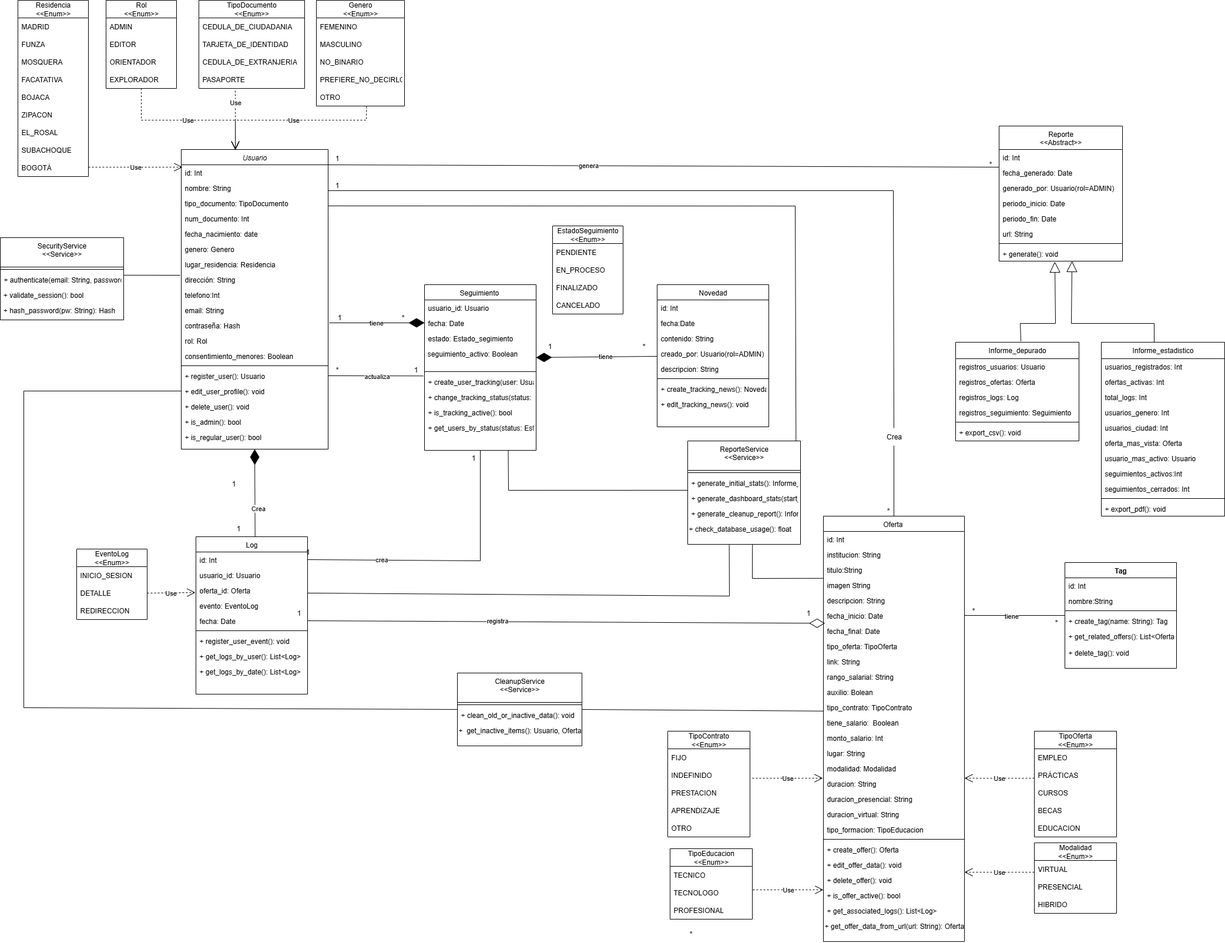
This is docs/Anexos/UML_de_Clases.png from SofiAVBM/portal-oportunidades-zoraida, a draw.io export, as it was before one commit. Source tidied: cells renumbered, new cells last; positions are measured from the earlier drawing's top-left corner, leaving out a move shared by most shapes.
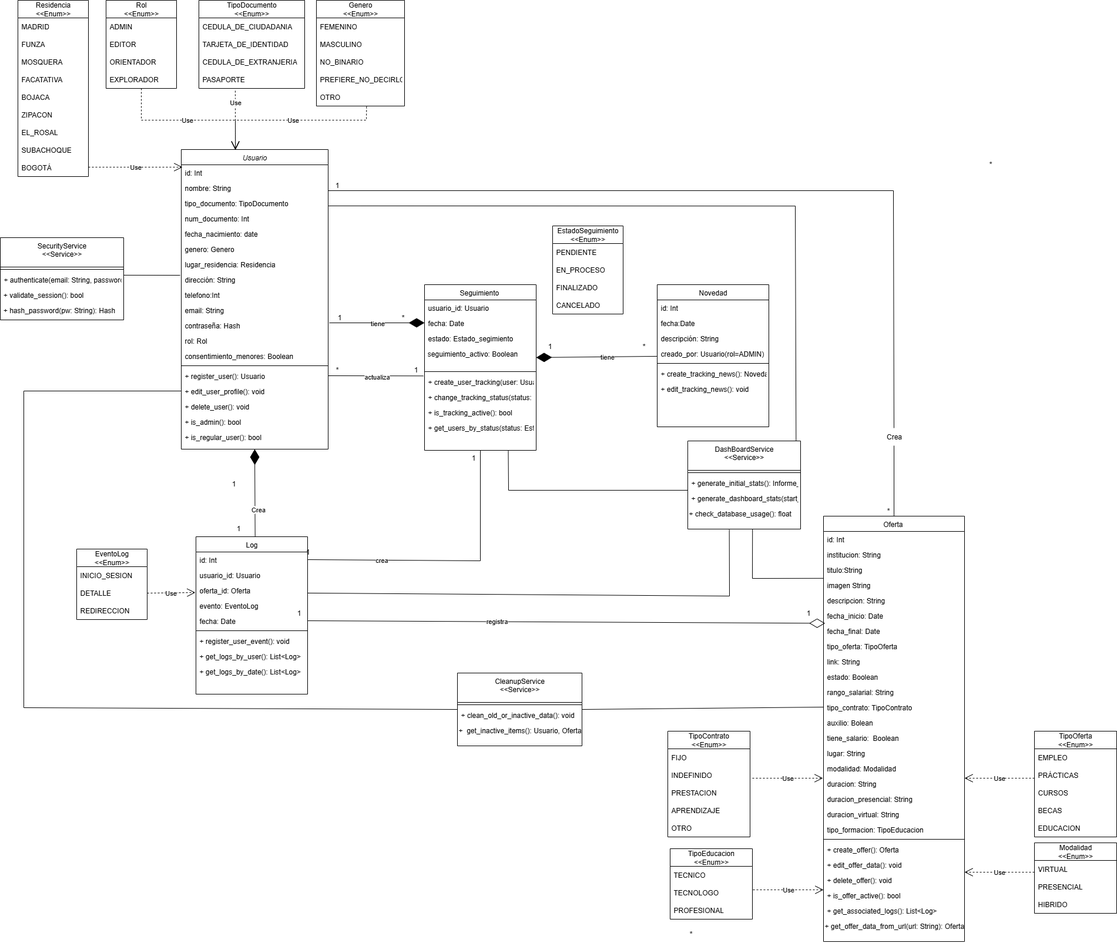
Above is the later version.

The edit, as a diff of the source:
```diff
@@ -124,17 +124,17 @@
     </mxCell>
+    <mxCell id="240" value="estado: Boolean" style="text;align=left;verticalAlign=top;spacingLeft=4;spacingRight=4;overflow=hidden;rounded=0;shadow=0;html=0;" parent="32" vertex="1">
+      <mxGeometry y="260" width="240" height="26" as="geometry" />
+    </mxCell>
     <mxCell id="42" value="rango_salarial: String" style="text;align=left;verticalAlign=top;spacingLeft=4;spacingRight=4;overflow=hidden;rounded=0;shadow=0;html=0;" parent="32" vertex="1">
-      <mxGeometry y="260" width="240" height="26" as="geometry" />
+      <mxGeometry y="286" width="240" height="26" as="geometry" />
     </mxCell>
+    <mxCell id="44" value="tipo_contrato: TipoContrato" style="text;align=left;verticalAlign=top;spacingLeft=4;spacingRight=4;overflow=hidden;points=[[0,0.5],[1,0.5]];portConstraint=eastwest;rounded=0;shadow=0;html=0;" parent="32" vertex="1">
+      <mxGeometry y="312" width="240" height="26" as="geometry" />
+    </mxCell>
     <mxCell id="43" value="auxilio: Bolean" style="text;align=left;verticalAlign=top;spacingLeft=4;spacingRight=4;overflow=hidden;rounded=0;shadow=0;html=0;" parent="32" vertex="1">
-      <mxGeometry y="286" width="240" height="26" as="geometry" />
+      <mxGeometry y="338" width="240" height="26" as="geometry" />
     </mxCell>
-    <mxCell id="44" value="tipo_contrato: TipoContrato" style="text;align=left;verticalAlign=top;spacingLeft=4;spacingRight=4;overflow=hidden;points=[[0,0.5],[1,0.5]];portConstraint=eastwest;rounded=0;shadow=0;html=0;" parent="32" vertex="1">
-      <mxGeometry y="312" width="240" height="26" as="geometry" />
-    </mxCell>
     <mxCell id="45" value="tiene_salario:  Boolean" style="text;align=left;verticalAlign=top;spacingLeft=4;spacingRight=4;overflow=hidden;rounded=0;shadow=0;html=0;" parent="32" vertex="1">
-      <mxGeometry y="338" width="240" height="26" as="geometry" />
+      <mxGeometry y="364" width="240" height="26" as="geometry" />
     </mxCell>
-    <mxCell id="46" value="monto_salario: Int" style="text;align=left;verticalAlign=top;spacingLeft=4;spacingRight=4;overflow=hidden;rounded=0;shadow=0;html=0;" parent="32" vertex="1">
-      <mxGeometry y="364" width="240" height="26" as="geometry" />
-    </mxCell>
     <mxCell id="47" value="lugar: String" style="text;align=left;verticalAlign=top;spacingLeft=4;spacingRight=4;overflow=hidden;rounded=0;shadow=0;html=0;" parent="32" vertex="1">
@@ -319,31 +319,2 @@
     </mxCell>
-    <mxCell id="107" value="Tag" style="swimlane;fontStyle=1;align=center;verticalAlign=top;horizontal=1;startSize=26;rounded=0;shadow=0;strokeWidth=1;" parent="1" vertex="1">
-      <mxGeometry x="1812" y="957" width="190" height="180" as="geometry" />
-    </mxCell>
-    <mxCell id="108" value="id: Int" style="text;align=left;verticalAlign=top;spacingLeft=4;spacingRight=4;overflow=hidden;" parent="107" vertex="1">
-      <mxGeometry y="26" width="190" height="26" as="geometry" />
-    </mxCell>
-    <mxCell id="109" value="nombre:String" style="text;align=left;verticalAlign=top;spacingLeft=4;spacingRight=4;overflow=hidden;rounded=0;shadow=0;html=0;" parent="107" vertex="1">
-      <mxGeometry y="52" width="190" height="26" as="geometry" />
-    </mxCell>
-    <mxCell id="110" style="line;html=1;strokeWidth=1;align=left;verticalAlign=middle;spacingTop=-1;spacingLeft=3;spacingRight=3;labelPosition=right;" parent="107" vertex="1">
-      <mxGeometry y="78" width="190" height="8" as="geometry" />
-    </mxCell>
-    <mxCell id="111" value="+ create_tag(name: String): Tag&#10;" style="text;align=left;verticalAlign=top;spacingLeft=4;spacingRight=4;overflow=hidden;" parent="107" vertex="1">
-      <mxGeometry y="86" width="190" height="26" as="geometry" />
-    </mxCell>
-    <mxCell id="112" value="+ get_related_offers(): List&lt;Oferta&gt;&#10;" style="text;align=left;verticalAlign=top;spacingLeft=4;spacingRight=4;overflow=hidden;" parent="107" vertex="1">
-      <mxGeometry y="112" width="190" height="28" as="geometry" />
-    </mxCell>
-    <mxCell id="113" value="+ delete_tag(): void&#10;" style="text;align=left;verticalAlign=top;spacingLeft=4;spacingRight=4;overflow=hidden;" parent="107" vertex="1">
-      <mxGeometry y="140" width="190" height="26" as="geometry" />
-    </mxCell>
-    <mxCell id="114" style="endArrow=none;html=1;rounded=0;exitX=1;exitY=0.5;exitDx=0;exitDy=0;" parent="1" edge="1" source="38" target="107">
-      <mxGeometry relative="1" as="geometry" />
-    </mxCell>
-    <mxCell id="115" value="tiene" style="edgeLabel;html=1;align=center;verticalAlign=middle;" parent="114" vertex="1">
-      <mxGeometry x="0.03" y="-4" relative="1" as="geometry">
-        <mxPoint x="-8" y="-4" as="offset" />
-      </mxGeometry>
-    </mxCell>
     <mxCell id="116" value="Novedad" style="swimlane;fontStyle=0;align=center;verticalAlign=top;horizontal=1;startSize=26;rounded=0;shadow=0;strokeWidth=1;" parent="1" vertex="1">
@@ -357,3 +328,3 @@
     </mxCell>
-    <mxCell id="119" value="contenido: String" style="text;align=left;verticalAlign=top;spacingLeft=4;spacingRight=4;overflow=hidden;rounded=0;shadow=0;html=0;" parent="116" vertex="1">
+    <mxCell id="119" value="descripción: String" style="text;align=left;verticalAlign=top;spacingLeft=4;spacingRight=4;overflow=hidden;rounded=0;shadow=0;html=0;" parent="116" vertex="1">
       <mxGeometry y="78" width="190" height="26" as="geometry" />
@@ -363,13 +334,10 @@
     </mxCell>
-    <mxCell id="121" value="descripcion: String" style="text;align=left;verticalAlign=top;spacingLeft=4;spacingRight=4;overflow=hidden;rounded=0;shadow=0;html=0;" parent="116" vertex="1">
-      <mxGeometry y="130" width="190" height="26" as="geometry" />
-    </mxCell>
     <mxCell id="122" style="line;html=1;strokeWidth=1;align=left;verticalAlign=middle;spacingTop=-1;spacingLeft=3;spacingRight=3;labelPosition=right;" parent="116" vertex="1">
-      <mxGeometry y="156" width="190" height="8" as="geometry" />
+      <mxGeometry y="130" width="190" height="8" as="geometry" />
     </mxCell>
     <mxCell id="123" value="+ create_tracking_news(): Novedad&#10;" style="text;align=left;verticalAlign=top;spacingLeft=4;spacingRight=4;overflow=hidden;" parent="116" vertex="1">
-      <mxGeometry y="164" width="190" height="26" as="geometry" />
+      <mxGeometry y="138" width="190" height="26" as="geometry" />
     </mxCell>
     <mxCell id="124" value="+ edit_tracking_news(): void&#10;" style="text;align=left;verticalAlign=top;spacingLeft=4;spacingRight=4;overflow=hidden;" parent="116" vertex="1">
-      <mxGeometry y="190" width="190" height="26" as="geometry" />
+      <mxGeometry y="164" width="190" height="26" as="geometry" />
     </mxCell>
@@ -442,4 +410,4 @@
     </mxCell>
-    <mxCell id="142" value="ReporteService&#10;&lt;&lt;Service&gt;&gt;" style="swimlane;fontStyle=0;align=center;verticalAlign=top;horizontal=1;startSize=50;rounded=0;shadow=0;strokeWidth=1;" parent="1" vertex="1">
-      <mxGeometry x="1170" y="750" width="192" height="176" as="geometry" />
+    <mxCell id="142" value="DashBoardService&#10;&lt;&lt;Service&gt;&gt;" style="swimlane;fontStyle=0;align=center;verticalAlign=top;horizontal=1;startSize=50;rounded=0;shadow=0;strokeWidth=1;" parent="1" vertex="1">
+      <mxGeometry x="1170" y="750" width="192" height="150" as="geometry" />
     </mxCell>
@@ -454,7 +422,4 @@
     </mxCell>
-    <mxCell id="146" value="+ generate_cleanup_report(): Informe_depurado&#10;" style="text;align=left;verticalAlign=top;spacingLeft=4;spacingRight=4;overflow=hidden;" parent="142" vertex="1">
-      <mxGeometry y="110" width="192" height="26" as="geometry" />
-    </mxCell>
     <mxCell id="147" value="&lt;div&gt;+ check_database_usage(): float&lt;/div&gt;&lt;div&gt;&lt;br&gt;&lt;/div&gt;" style="text;whiteSpace=wrap;html=1;" parent="142" vertex="1">
-      <mxGeometry y="136" width="192" height="40" as="geometry" />
+      <mxGeometry y="110" width="192" height="40" as="geometry" />
     </mxCell>
@@ -497,123 +462,5 @@
     </mxCell>
-    <mxCell id="153" style="endArrow=none;html=1;rounded=0;entryX=0.001;entryY=0.761;entryDx=0;entryDy=0;exitX=1;exitY=0.5;exitDx=0;exitDy=0;entryPerimeter=0;" parent="1" edge="1" source="138" target="44">
+    <mxCell id="153" style="endArrow=none;html=1;rounded=0;entryX=0;entryY=0.5;entryDx=0;entryDy=0;exitX=1;exitY=0.5;exitDx=0;exitDy=0;" parent="1" edge="1" source="138" target="44">
       <mxGeometry relative="1" as="geometry" />
     </mxCell>
-    <mxCell id="154" value="Reporte&#10;&lt;&lt;Abstract&gt;&gt;" style="swimlane;fontStyle=0;align=center;verticalAlign=top;horizontal=1;startSize=40;rounded=0;shadow=0;strokeWidth=1;" parent="1" vertex="1">
-      <mxGeometry x="1700" y="214" width="210" height="230" as="geometry" />
-    </mxCell>
-    <mxCell id="155" value="id: Int" style="text;align=left;verticalAlign=top;spacingLeft=4;spacingRight=4;overflow=hidden;" parent="154" vertex="1">
-      <mxGeometry y="40" width="210" height="26" as="geometry" />
-    </mxCell>
-    <mxCell id="156" value="fecha_generado: Date" style="text;align=left;verticalAlign=top;spacingLeft=4;spacingRight=4;overflow=hidden;rounded=0;shadow=0;html=0;" parent="154" vertex="1">
-      <mxGeometry y="66" width="210" height="26" as="geometry" />
-    </mxCell>
-    <mxCell id="157" value="generado_por: Usuario(rol=ADMIN)" style="text;align=left;verticalAlign=top;spacingLeft=4;spacingRight=4;overflow=hidden;rounded=0;shadow=0;html=0;" parent="154" vertex="1">
-      <mxGeometry y="92" width="210" height="26" as="geometry" />
-    </mxCell>
-    <mxCell id="158" value="periodo_inicio: Date" style="text;align=left;verticalAlign=top;spacingLeft=4;spacingRight=4;overflow=hidden;rounded=0;shadow=0;html=0;" parent="154" vertex="1">
-      <mxGeometry y="118" width="210" height="26" as="geometry" />
-    </mxCell>
-    <mxCell id="159" value="periodo_fin: Date" style="text;align=left;verticalAlign=top;spacingLeft=4;spacingRight=4;overflow=hidden;rounded=0;shadow=0;html=0;" parent="154" vertex="1">
-      <mxGeometry y="144" width="210" height="26" as="geometry" />
-    </mxCell>
-    <mxCell id="160" value="url: String" style="text;align=left;verticalAlign=top;spacingLeft=4;spacingRight=4;overflow=hidden;rounded=0;shadow=0;html=0;" parent="154" vertex="1">
-      <mxGeometry y="170" width="210" height="26" as="geometry" />
-    </mxCell>
-    <mxCell id="161" style="line;html=1;strokeWidth=1;align=left;verticalAlign=middle;spacingTop=-1;spacingLeft=3;spacingRight=3;labelPosition=right;" parent="154" vertex="1">
-      <mxGeometry y="196" width="210" height="8" as="geometry" />
-    </mxCell>
-    <mxCell id="162" value="+ generate(): void&#10;" style="text;align=left;verticalAlign=top;spacingLeft=4;spacingRight=4;overflow=hidden;points=[[0,0.5],[1,0.5]];portConstraint=eastwest;" parent="154" vertex="1">
-      <mxGeometry y="204" width="210" height="26" as="geometry" />
-    </mxCell>
-    <mxCell id="163" value="Informe_depurado" style="swimlane;fontStyle=0;align=center;verticalAlign=top;horizontal=1;startSize=28;rounded=0;shadow=0;strokeWidth=1;" parent="1" vertex="1">
-      <mxGeometry x="1626" y="582" width="210" height="168" as="geometry" />
-    </mxCell>
-    <mxCell id="164" value="registros_usuarios: Usuario" style="text;align=left;verticalAlign=top;spacingLeft=4;spacingRight=4;overflow=hidden;" parent="163" vertex="1">
-      <mxGeometry y="28" width="210" height="26" as="geometry" />
-    </mxCell>
-    <mxCell id="165" value="registros_ofertas: Oferta" style="text;align=left;verticalAlign=top;spacingLeft=4;spacingRight=4;overflow=hidden;rounded=0;shadow=0;html=0;" parent="163" vertex="1">
-      <mxGeometry y="54" width="210" height="26" as="geometry" />
-    </mxCell>
-    <mxCell id="166" value="registros_logs: Log" style="text;align=left;verticalAlign=top;spacingLeft=4;spacingRight=4;overflow=hidden;rounded=0;shadow=0;html=0;" parent="163" vertex="1">
-      <mxGeometry y="80" width="210" height="26" as="geometry" />
-    </mxCell>
-    <mxCell id="167" value="registros_seguimiento: Seguimiento" style="text;align=left;verticalAlign=top;spacingLeft=4;spacingRight=4;overflow=hidden;rounded=0;shadow=0;html=0;" parent="163" vertex="1">
-      <mxGeometry y="106" width="210" height="26" as="geometry" />
-    </mxCell>
-    <mxCell id="168" style="line;html=1;strokeWidth=1;align=left;verticalAlign=middle;spacingTop=-1;spacingLeft=3;spacingRight=3;labelPosition=right;" parent="163" vertex="1">
-      <mxGeometry y="132" width="210" height="8" as="geometry" />
-    </mxCell>
-    <mxCell id="169" value="+ export_csv(): void&#10;" style="text;align=left;verticalAlign=top;spacingLeft=4;spacingRight=4;overflow=hidden;" parent="163" vertex="1">
-      <mxGeometry y="140" width="210" height="26" as="geometry" />
-    </mxCell>
-    <mxCell id="170" value="Informe_estadistico" style="swimlane;fontStyle=0;align=center;verticalAlign=top;horizontal=1;startSize=28;rounded=0;shadow=0;strokeWidth=1;" parent="1" vertex="1">
-      <mxGeometry x="1874" y="582" width="210" height="296" as="geometry" />
-    </mxCell>
-    <mxCell id="171" value="usuarios_registrados: Int" style="text;align=left;verticalAlign=top;spacingLeft=4;spacingRight=4;overflow=hidden;" parent="170" vertex="1">
-      <mxGeometry y="28" width="210" height="26" as="geometry" />
-    </mxCell>
-    <mxCell id="172" value="ofertas_activas: Int" style="text;align=left;verticalAlign=top;spacingLeft=4;spacingRight=4;overflow=hidden;rounded=0;shadow=0;html=0;" parent="170" vertex="1">
-      <mxGeometry y="54" width="210" height="26" as="geometry" />
-    </mxCell>
-    <mxCell id="173" value="total_logs: Int" style="text;align=left;verticalAlign=top;spacingLeft=4;spacingRight=4;overflow=hidden;rounded=0;shadow=0;html=0;" parent="170" vertex="1">
-      <mxGeometry y="80" width="210" height="26" as="geometry" />
-    </mxCell>
-    <mxCell id="174" value="usuarios_genero: Int" style="text;align=left;verticalAlign=top;spacingLeft=4;spacingRight=4;overflow=hidden;rounded=0;shadow=0;html=0;" parent="170" vertex="1">
-      <mxGeometry y="106" width="210" height="26" as="geometry" />
-    </mxCell>
-    <mxCell id="175" value="usuarios_ciudad: Int" style="text;align=left;verticalAlign=top;spacingLeft=4;spacingRight=4;overflow=hidden;rounded=0;shadow=0;html=0;" parent="170" vertex="1">
-      <mxGeometry y="132" width="210" height="26" as="geometry" />
-    </mxCell>
-    <mxCell id="176" value="oferta_mas_vista: Oferta" style="text;align=left;verticalAlign=top;spacingLeft=4;spacingRight=4;overflow=hidden;rounded=0;shadow=0;html=0;" parent="170" vertex="1">
-      <mxGeometry y="158" width="210" height="26" as="geometry" />
-    </mxCell>
-    <mxCell id="177" value="usuario_mas_activo: Usuario" style="text;align=left;verticalAlign=top;spacingLeft=4;spacingRight=4;overflow=hidden;rounded=0;shadow=0;html=0;" parent="170" vertex="1">
-      <mxGeometry y="184" width="210" height="26" as="geometry" />
-    </mxCell>
-    <mxCell id="178" value="seguimientos_activos:Int" style="text;align=left;verticalAlign=top;spacingLeft=4;spacingRight=4;overflow=hidden;rounded=0;shadow=0;html=0;" parent="170" vertex="1">
-      <mxGeometry y="210" width="210" height="26" as="geometry" />
-    </mxCell>
-    <mxCell id="179" value="seguimientos_cerrados: Int" style="text;align=left;verticalAlign=top;spacingLeft=4;spacingRight=4;overflow=hidden;rounded=0;shadow=0;html=0;" parent="170" vertex="1">
-      <mxGeometry y="236" width="210" height="26" as="geometry" />
-    </mxCell>
-    <mxCell id="180" style="line;html=1;strokeWidth=1;align=left;verticalAlign=middle;spacingTop=-1;spacingLeft=3;spacingRight=3;labelPosition=right;" parent="170" vertex="1">
-      <mxGeometry y="262" width="210" height="8" as="geometry" />
-    </mxCell>
-    <mxCell id="181" value="+ export_pdf(): void&#10;" style="text;align=left;verticalAlign=top;spacingLeft=4;spacingRight=4;overflow=hidden;" parent="170" vertex="1">
-      <mxGeometry y="270" width="210" height="26" as="geometry" />
-    </mxCell>
-    <mxCell id="182" style="endArrow=block;endSize=16;endFill=0;html=1;rounded=0;exitX=0.529;exitY=-0.01;exitDx=0;exitDy=0;exitPerimeter=0;entryX=0.452;entryY=1.037;entryDx=0;entryDy=0;entryPerimeter=0;" parent="1" edge="1" source="163" target="162">
-      <mxGeometry relative="1" as="geometry">
-        <Array as="points">
-          <mxPoint x="1736" y="550" />
-          <mxPoint x="1796" y="550" />
-        </Array>
-      </mxGeometry>
-    </mxCell>
-    <mxCell id="183" style="endArrow=block;endSize=16;endFill=0;html=1;rounded=0;entryX=0.591;entryY=0.998;entryDx=0;entryDy=0;entryPerimeter=0;" parent="1" edge="1" target="162">
-      <mxGeometry relative="1" as="geometry">
-        <mxPoint x="1964" y="582" as="sourcePoint" />
-        <Array as="points">
-          <mxPoint x="1964" y="550" />
-          <mxPoint x="1823" y="550" />
-        </Array>
-      </mxGeometry>
-    </mxCell>
-    <mxCell id="184" style="endArrow=none;html=1;rounded=0;exitX=0.999;exitY=0.141;exitDx=0;exitDy=0;exitPerimeter=0;" parent="1" edge="1">
-      <mxGeometry relative="1" as="geometry">
-        <mxPoint x="557.7" y="280" as="sourcePoint" />
-        <mxPoint x="1700" y="284" as="targetPoint" />
-        <Array as="points">
-          <mxPoint x="1700" y="284" />
-        </Array>
-      </mxGeometry>
-    </mxCell>
-    <mxCell id="185" value="genera" style="edgeLabel;html=1;align=center;verticalAlign=middle;" parent="184" vertex="1">
-      <mxGeometry x="-0.22" y="-2" relative="1" as="geometry">
-        <mxPoint x="-5" y="-4" as="offset" />
-      </mxGeometry>
-    </mxCell>
-    <mxCell id="186" value="1" style="text;html=1;align=center;verticalAlign=middle;strokeColor=none;fillColor=none;" parent="1" vertex="1">
-      <mxGeometry x="558" y="254" width="30" height="30" as="geometry" />
-    </mxCell>
     <mxCell id="187" value="*" style="text;html=1;align=center;verticalAlign=middle;strokeColor=none;fillColor=none;" parent="1" vertex="1">
@@ -654,8 +501,2 @@
     </mxCell>
-    <mxCell id="199" value="*" style="text;html=1;align=center;verticalAlign=middle;strokeColor=none;fillColor=none;" parent="1" vertex="1">
-      <mxGeometry x="1641" y="1024" width="30" height="30" as="geometry" />
-    </mxCell>
-    <mxCell id="200" value="*" style="text;html=1;align=center;verticalAlign=middle;strokeColor=none;fillColor=none;" parent="1" vertex="1">
-      <mxGeometry x="1782" y="1044" width="30" height="30" as="geometry" />
-    </mxCell>
     <mxCell id="201" value="SecurityService&#10;&lt;&lt;Service&gt;&gt;" style="swimlane;fontStyle=0;align=center;verticalAlign=top;horizontal=1;startSize=50;rounded=0;shadow=0;strokeWidth=1;" parent="1" vertex="1">
```
